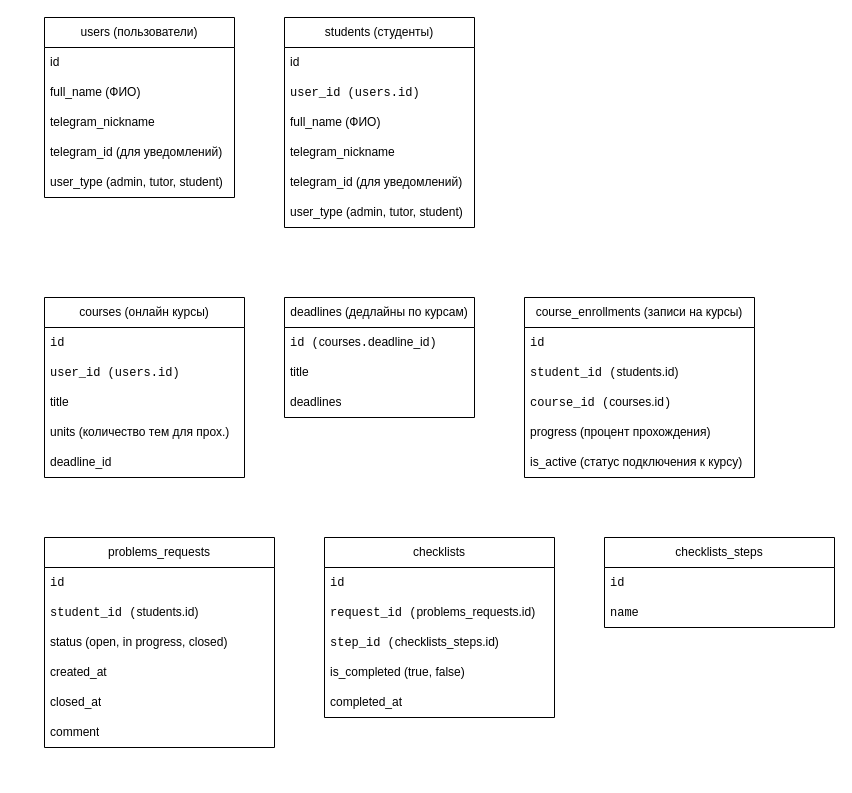
GeekNekoS/Draw_io keeps this draw.io diagram as Accompanying students.drawio. Above is the earlier version. Source tidied: cells renumbered, new cells numbered last; positions are measured from the earlier drawing's top-left corner, leaving out a move shared by most shapes. Both pictures are drawn from the tidied source at 100%, with x=0, y=0 at pixel (44, 17).
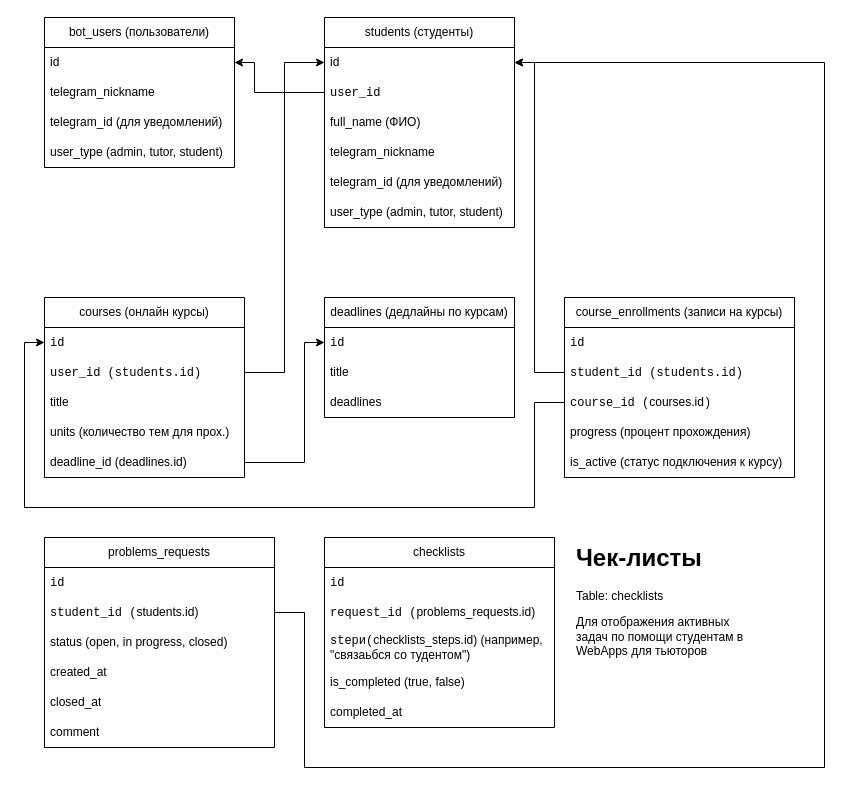
The same diagram, later.

Unchanged cells that the change refers to:
```xml
<mxCell id="15" value="courses (онлайн курсы)" style="swimlane;fontStyle=0;horizontal=1;startSize=30;whiteSpace=wrap;html=1;" parent="1" vertex="1">
  <mxGeometry y="280" width="200" height="180" as="geometry" />
</mxCell>
<mxCell id="16" value="&lt;code&gt;id &lt;/code&gt;" style="text;strokeColor=none;fillColor=none;align=left;verticalAlign=middle;spacingLeft=4;spacingRight=4;overflow=hidden;points=[[0,0.5],[1,0.5]];portConstraint=eastwest;whiteSpace=wrap;html=1;" parent="15" vertex="1">
  <mxGeometry y="30" width="200" height="30" as="geometry" />
</mxCell>
<mxCell id="28" value="&lt;code&gt;course_id (&lt;/code&gt;courses.id&lt;code&gt;)&lt;br&gt;&lt;/code&gt;" style="text;strokeColor=none;fillColor=none;align=left;verticalAlign=middle;spacingLeft=4;spacingRight=4;overflow=hidden;points=[[0,0.5],[1,0.5]];portConstraint=eastwest;whiteSpace=wrap;html=1;" parent="25" vertex="1">
  <mxGeometry y="90" width="230" height="30" as="geometry" />
</mxCell>
<mxCell id="33" value="&lt;code&gt;student_id (&lt;/code&gt;students.id)" style="text;strokeColor=none;fillColor=none;align=left;verticalAlign=middle;spacingLeft=4;spacingRight=4;overflow=hidden;points=[[0,0.5],[1,0.5]];portConstraint=eastwest;whiteSpace=wrap;html=1;" parent="31" vertex="1">
  <mxGeometry y="60" width="230" height="30" as="geometry" />
</mxCell>
```

Change to the diagram source:
```diff
@@
-    <mxCell id="2" value="users (пользователи)" style="swimlane;fontStyle=0;horizontal=1;startSize=30;whiteSpace=wrap;html=1;" parent="1" vertex="1">
-      <mxGeometry width="190" height="180" as="geometry" />
-    </mxCell>
-    <mxCell id="3" value="id " style="text;strokeColor=none;fillColor=none;align=left;verticalAlign=middle;spacingLeft=4;spacingRight=4;overflow=hidden;whiteSpace=wrap;html=1;" parent="2" vertex="1">
-      <mxGeometry y="30" width="190" height="30" as="geometry" />
-    </mxCell>
-    <mxCell id="4" value="full_name (ФИО)" style="text;strokeColor=none;fillColor=none;align=left;verticalAlign=middle;spacingLeft=4;spacingRight=4;overflow=hidden;whiteSpace=wrap;html=1;" parent="2" vertex="1">
-      <mxGeometry y="60" width="190" height="30" as="geometry" />
-    </mxCell>
-    <mxCell id="5" value="telegram_nickname" style="text;strokeColor=none;fillColor=none;align=left;verticalAlign=middle;spacingLeft=4;spacingRight=4;overflow=hidden;whiteSpace=wrap;html=1;" parent="2" vertex="1">
-      <mxGeometry y="90" width="190" height="30" as="geometry" />
-    </mxCell>
-    <mxCell id="6" value="telegram_id (для уведомлений)" style="text;strokeColor=none;fillColor=none;align=left;verticalAlign=middle;spacingLeft=4;spacingRight=4;overflow=hidden;whiteSpace=wrap;html=1;" parent="2" vertex="1">
-      <mxGeometry y="120" width="190" height="30" as="geometry" />
-    </mxCell>
-    <mxCell id="7" value="user_type (admin, tutor, student)" style="text;strokeColor=none;fillColor=none;align=left;verticalAlign=middle;spacingLeft=4;spacingRight=4;overflow=hidden;whiteSpace=wrap;html=1;" parent="2" vertex="1">
-      <mxGeometry y="150" width="190" height="30" as="geometry" />
-    </mxCell>
-    <mxCell id="8" value="students (студенты)" style="swimlane;fontStyle=0;horizontal=1;startSize=30;whiteSpace=wrap;html=1;" parent="1" vertex="1">
-      <mxGeometry x="240" width="190" height="210" as="geometry" />
-    </mxCell>
-    <mxCell id="9" value="id " style="text;strokeColor=none;fillColor=none;align=left;verticalAlign=middle;spacingLeft=4;spacingRight=4;overflow=hidden;whiteSpace=wrap;html=1;" parent="8" vertex="1">
-      <mxGeometry y="30" width="190" height="30" as="geometry" />
-    </mxCell>
-    <mxCell id="10" value="&lt;code&gt;user_id (users.id)&lt;/code&gt; " style="text;strokeColor=none;fillColor=none;align=left;verticalAlign=middle;spacingLeft=4;spacingRight=4;overflow=hidden;whiteSpace=wrap;html=1;" parent="8" vertex="1">
-      <mxGeometry y="60" width="190" height="30" as="geometry" />
-    </mxCell>
-    <mxCell id="11" value="full_name (ФИО)" style="text;strokeColor=none;fillColor=none;align=left;verticalAlign=middle;spacingLeft=4;spacingRight=4;overflow=hidden;whiteSpace=wrap;html=1;" parent="8" vertex="1">
-      <mxGeometry y="90" width="190" height="30" as="geometry" />
-    </mxCell>
-    <mxCell id="12" value="telegram_nickname" style="text;strokeColor=none;fillColor=none;align=left;verticalAlign=middle;spacingLeft=4;spacingRight=4;overflow=hidden;whiteSpace=wrap;html=1;" parent="8" vertex="1">
-      <mxGeometry y="120" width="190" height="30" as="geometry" />
-    </mxCell>
-    <mxCell id="13" value="telegram_id (для уведомлений)" style="text;strokeColor=none;fillColor=none;align=left;verticalAlign=middle;spacingLeft=4;spacingRight=4;overflow=hidden;whiteSpace=wrap;html=1;" parent="8" vertex="1">
-      <mxGeometry y="150" width="190" height="30" as="geometry" />
-    </mxCell>
-    <mxCell id="14" value="user_type (admin, tutor, student)" style="text;strokeColor=none;fillColor=none;align=left;verticalAlign=middle;spacingLeft=4;spacingRight=4;overflow=hidden;whiteSpace=wrap;html=1;" parent="8" vertex="1">
-      <mxGeometry y="180" width="190" height="30" as="geometry" />
-    </mxCell>
@@
-    <mxCell id="17" value="&lt;code&gt;user_id (users.id)&lt;/code&gt; " style="text;strokeColor=none;fillColor=none;align=left;verticalAlign=middle;spacingLeft=4;spacingRight=4;overflow=hidden;points=[[0,0.5],[1,0.5]];portConstraint=eastwest;whiteSpace=wrap;html=1;" parent="15" vertex="1">
+    <mxCell id="17" value="&lt;code&gt;user_id (students.id)&lt;/code&gt; " style="text;strokeColor=none;fillColor=none;align=left;verticalAlign=middle;spacingLeft=4;spacingRight=4;overflow=hidden;points=[[0,0.5],[1,0.5]];portConstraint=eastwest;whiteSpace=wrap;html=1;" parent="15" vertex="1">
       <mxGeometry y="60" width="200" height="30" as="geometry" />
     </mxCell>
@@
-    <mxCell id="20" value="deadline_id" style="text;strokeColor=none;fillColor=none;align=left;verticalAlign=middle;spacingLeft=4;spacingRight=4;overflow=hidden;points=[[0,0.5],[1,0.5]];portConstraint=eastwest;whiteSpace=wrap;html=1;" parent="15" vertex="1">
+    <mxCell id="20" value="deadline_id (deadlines.id)" style="text;strokeColor=none;fillColor=none;align=left;verticalAlign=middle;spacingLeft=4;spacingRight=4;overflow=hidden;points=[[0,0.5],[1,0.5]];portConstraint=eastwest;whiteSpace=wrap;html=1;" parent="15" vertex="1">
       <mxGeometry y="150" width="200" height="30" as="geometry" />
     </mxCell>
     <mxCell id="21" value="deadlines (дедлайны по курсам)" style="swimlane;fontStyle=0;horizontal=1;startSize=30;whiteSpace=wrap;html=1;" parent="1" vertex="1">
-      <mxGeometry x="240" y="280" width="190" height="120" as="geometry" />
+      <mxGeometry x="280" y="280" width="190" height="120" as="geometry" />
     </mxCell>
-    <mxCell id="22" value="&lt;code&gt;id (&lt;/code&gt;courses&lt;code&gt;.&lt;/code&gt;deadline_id&lt;code&gt;)&lt;/code&gt; " style="text;strokeColor=none;fillColor=none;align=left;verticalAlign=middle;spacingLeft=4;spacingRight=4;overflow=hidden;points=[[0,0.5],[1,0.5]];portConstraint=eastwest;whiteSpace=wrap;html=1;" parent="21" vertex="1">
+    <mxCell id="22" value="&lt;code&gt;id&lt;br&gt;&lt;/code&gt; " style="text;strokeColor=none;fillColor=none;align=left;verticalAlign=middle;spacingLeft=4;spacingRight=4;overflow=hidden;points=[[0,0.5],[1,0.5]];portConstraint=eastwest;whiteSpace=wrap;html=1;" parent="21" vertex="1">
       <mxGeometry y="30" width="190" height="30" as="geometry" />
     </mxCell>
@@
     <mxCell id="25" value="course_enrollments (записи на курсы)" style="swimlane;fontStyle=0;horizontal=1;startSize=30;whiteSpace=wrap;html=1;" parent="1" vertex="1">
-      <mxGeometry x="480" y="280" width="230" height="180" as="geometry" />
+      <mxGeometry x="520" y="280" width="230" height="180" as="geometry" />
     </mxCell>
@@
-    <mxCell id="27" value="&lt;code&gt;student_id &lt;/code&gt;&lt;code&gt;(&lt;/code&gt;students.id) " style="text;strokeColor=none;fillColor=none;align=left;verticalAlign=middle;spacingLeft=4;spacingRight=4;overflow=hidden;points=[[0,0.5],[1,0.5]];portConstraint=eastwest;whiteSpace=wrap;html=1;" parent="25" vertex="1">
+    <mxCell id="27" value="&lt;code&gt;student_id (students.id)&lt;br&gt;&lt;/code&gt;" style="text;strokeColor=none;fillColor=none;align=left;verticalAlign=middle;spacingLeft=4;spacingRight=4;overflow=hidden;points=[[0,0.5],[1,0.5]];portConstraint=eastwest;whiteSpace=wrap;html=1;" parent="25" vertex="1">
       <mxGeometry y="60" width="230" height="30" as="geometry" />
     </mxCell>
@@
     <mxCell id="38" value="checklists" style="swimlane;fontStyle=0;horizontal=1;startSize=30;whiteSpace=wrap;html=1;" parent="1" vertex="1">
-      <mxGeometry x="280" y="520" width="230" height="180" as="geometry" />
+      <mxGeometry x="280" y="520" width="230" height="190" as="geometry" />
     </mxCell>
@@
-    <mxCell id="41" value="&lt;code&gt;step_id (&lt;/code&gt;checklists_steps.id)" style="text;strokeColor=none;fillColor=none;align=left;verticalAlign=middle;spacingLeft=4;spacingRight=4;overflow=hidden;whiteSpace=wrap;html=1;" parent="38" vertex="1">
-      <mxGeometry y="90" width="230" height="30" as="geometry" />
+    <mxCell id="41" value="&lt;code&gt;stepи(&lt;/code&gt;checklists_steps.id) (например, &quot;связаьбся со тудентом&quot;)" style="text;strokeColor=none;fillColor=none;align=left;verticalAlign=middle;spacingLeft=4;spacingRight=4;overflow=hidden;whiteSpace=wrap;html=1;" parent="38" vertex="1">
+      <mxGeometry y="90" width="230" height="40" as="geometry" />
     </mxCell>
     <mxCell id="42" value="is_completed (true, false)" style="text;strokeColor=none;fillColor=none;align=left;verticalAlign=middle;spacingLeft=4;spacingRight=4;overflow=hidden;whiteSpace=wrap;html=1;" parent="38" vertex="1">
-      <mxGeometry y="120" width="230" height="30" as="geometry" />
+      <mxGeometry y="130" width="230" height="30" as="geometry" />
     </mxCell>
     <mxCell id="43" value="completed_at" style="text;strokeColor=none;fillColor=none;align=left;verticalAlign=middle;spacingLeft=4;spacingRight=4;overflow=hidden;whiteSpace=wrap;html=1;" parent="38" vertex="1">
-      <mxGeometry y="150" width="230" height="30" as="geometry" />
+      <mxGeometry y="160" width="230" height="30" as="geometry" />
     </mxCell>
-    <mxCell id="44" value="checklists_steps" style="swimlane;fontStyle=0;horizontal=1;startSize=30;whiteSpace=wrap;html=1;" parent="1" vertex="1">
-      <mxGeometry x="560" y="520" width="230" height="90" as="geometry" />
-    </mxCell>
-    <mxCell id="45" value="&lt;code&gt;id &lt;/code&gt;" style="text;strokeColor=none;fillColor=none;align=left;verticalAlign=middle;spacingLeft=4;spacingRight=4;overflow=hidden;whiteSpace=wrap;html=1;" parent="44" vertex="1">
-      <mxGeometry y="30" width="230" height="30" as="geometry" />
-    </mxCell>
-    <mxCell id="46" value="&lt;code&gt;name&lt;/code&gt;" style="text;strokeColor=none;fillColor=none;align=left;verticalAlign=middle;spacingLeft=4;spacingRight=4;overflow=hidden;whiteSpace=wrap;html=1;" parent="44" vertex="1">
-      <mxGeometry y="60" width="230" height="30" as="geometry" />
-    </mxCell>
+    <mxCell id="47" value="bot_users (пользователи)" style="swimlane;fontStyle=0;horizontal=1;startSize=30;whiteSpace=wrap;html=1;" parent="1" vertex="1">
+      <mxGeometry width="190" height="150" as="geometry" />
+    </mxCell>
+    <mxCell id="48" value="id " style="text;strokeColor=none;fillColor=none;align=left;verticalAlign=middle;spacingLeft=4;spacingRight=4;overflow=hidden;points=[[0,0.5],[1,0.5]];portConstraint=eastwest;whiteSpace=wrap;html=1;" parent="47" vertex="1">
+      <mxGeometry y="30" width="190" height="30" as="geometry" />
+    </mxCell>
+    <mxCell id="5" value="telegram_nickname" style="text;strokeColor=none;fillColor=none;align=left;verticalAlign=middle;spacingLeft=4;spacingRight=4;overflow=hidden;whiteSpace=wrap;html=1;" parent="47" vertex="1">
+      <mxGeometry y="60" width="190" height="30" as="geometry" />
+    </mxCell>
+    <mxCell id="6" value="telegram_id (для уведомлений)" style="text;strokeColor=none;fillColor=none;align=left;verticalAlign=middle;spacingLeft=4;spacingRight=4;overflow=hidden;whiteSpace=wrap;html=1;" parent="47" vertex="1">
+      <mxGeometry y="90" width="190" height="30" as="geometry" />
+    </mxCell>
+    <mxCell id="7" value="user_type (admin, tutor, student)" style="text;strokeColor=none;fillColor=none;align=left;verticalAlign=middle;spacingLeft=4;spacingRight=4;overflow=hidden;whiteSpace=wrap;html=1;" parent="47" vertex="1">
+      <mxGeometry y="120" width="190" height="30" as="geometry" />
+    </mxCell>
+    <mxCell id="8" value="students (студенты)" style="swimlane;fontStyle=0;horizontal=1;startSize=30;whiteSpace=wrap;html=1;" parent="1" vertex="1">
+      <mxGeometry x="280" width="190" height="210" as="geometry" />
+    </mxCell>
+    <mxCell id="49" value="id " style="text;strokeColor=none;fillColor=none;align=left;verticalAlign=middle;spacingLeft=4;spacingRight=4;overflow=hidden;points=[[0,0.5],[1,0.5]];portConstraint=eastwest;whiteSpace=wrap;html=1;" parent="8" vertex="1">
+      <mxGeometry y="30" width="190" height="30" as="geometry" />
+    </mxCell>
+    <mxCell id="50" value="&lt;code&gt;user_id&lt;/code&gt; " style="text;strokeColor=none;fillColor=none;align=left;verticalAlign=middle;spacingLeft=4;spacingRight=4;overflow=hidden;points=[[0,0.5],[1,0.5]];portConstraint=eastwest;whiteSpace=wrap;html=1;" parent="8" vertex="1">
+      <mxGeometry y="60" width="190" height="30" as="geometry" />
+    </mxCell>
+    <mxCell id="11" value="full_name (ФИО)" style="text;strokeColor=none;fillColor=none;align=left;verticalAlign=middle;spacingLeft=4;spacingRight=4;overflow=hidden;whiteSpace=wrap;html=1;" parent="8" vertex="1">
+      <mxGeometry y="90" width="190" height="30" as="geometry" />
+    </mxCell>
+    <mxCell id="12" value="telegram_nickname" style="text;strokeColor=none;fillColor=none;align=left;verticalAlign=middle;spacingLeft=4;spacingRight=4;overflow=hidden;whiteSpace=wrap;html=1;" parent="8" vertex="1">
+      <mxGeometry y="120" width="190" height="30" as="geometry" />
+    </mxCell>
+    <mxCell id="13" value="telegram_id (для уведомлений)" style="text;strokeColor=none;fillColor=none;align=left;verticalAlign=middle;spacingLeft=4;spacingRight=4;overflow=hidden;whiteSpace=wrap;html=1;" parent="8" vertex="1">
+      <mxGeometry y="150" width="190" height="30" as="geometry" />
+    </mxCell>
+    <mxCell id="14" value="user_type (admin, tutor, student)" style="text;strokeColor=none;fillColor=none;align=left;verticalAlign=middle;spacingLeft=4;spacingRight=4;overflow=hidden;whiteSpace=wrap;html=1;" parent="8" vertex="1">
+      <mxGeometry y="180" width="190" height="30" as="geometry" />
+    </mxCell>
+    <mxCell id="51" style="edgeStyle=orthogonalEdgeStyle;rounded=0;jettySize=auto;html=1;" parent="1" edge="1" source="50" target="48">
+      <mxGeometry relative="1" as="geometry">
+        <Array as="points">
+          <mxPoint x="210" y="75" />
+          <mxPoint x="210" y="45" />
+        </Array>
+      </mxGeometry>
+    </mxCell>
+    <mxCell id="52" style="edgeStyle=orthogonalEdgeStyle;rounded=0;jettySize=auto;html=1;" parent="1" edge="1" source="17" target="49">
+      <mxGeometry relative="1" as="geometry" />
+    </mxCell>
+    <mxCell id="53" style="edgeStyle=orthogonalEdgeStyle;rounded=0;jettySize=auto;html=1;entryX=1;entryY=0.5;entryDx=0;entryDy=0;" parent="1" edge="1" source="27" target="49">
+      <mxGeometry relative="1" as="geometry">
+        <Array as="points">
+          <mxPoint x="490" y="355" />
+          <mxPoint x="490" y="45" />
+        </Array>
+      </mxGeometry>
+    </mxCell>
+    <mxCell id="54" style="edgeStyle=orthogonalEdgeStyle;rounded=0;jettySize=auto;html=1;entryX=0;entryY=0.5;entryDx=0;entryDy=0;" parent="1" edge="1" source="28" target="16">
+      <mxGeometry relative="1" as="geometry">
+        <Array as="points">
+          <mxPoint x="490" y="385" />
+          <mxPoint x="490" y="490" />
+          <mxPoint x="-20" y="490" />
+          <mxPoint x="-20" y="325" />
+        </Array>
+      </mxGeometry>
+    </mxCell>
+    <mxCell id="55" style="edgeStyle=orthogonalEdgeStyle;rounded=0;jettySize=auto;html=1;" parent="1" edge="1" source="20" target="22">
+      <mxGeometry relative="1" as="geometry">
+        <Array as="points">
+          <mxPoint x="260" y="445" />
+          <mxPoint x="260" y="325" />
+        </Array>
+      </mxGeometry>
+    </mxCell>
+    <mxCell id="56" value="&lt;h1 style=&quot;margin-top: 0px;&quot;&gt;Чек-листы&lt;br&gt;&lt;/h1&gt;&lt;p&gt;Table: checklists&lt;/p&gt;&lt;p&gt;Для отображения активных задач по помощи студентам в WebApps для тьюторов&lt;br&gt;&lt;/p&gt;" style="text;html=1;whiteSpace=wrap;overflow=hidden;rounded=0;" parent="1" vertex="1">
+      <mxGeometry x="530" y="520" width="180" height="130" as="geometry" />
+    </mxCell>
+    <mxCell id="57" style="edgeStyle=orthogonalEdgeStyle;rounded=0;jettySize=auto;html=1;" parent="1" edge="1" source="33" target="49">
+      <mxGeometry relative="1" as="geometry">
+        <Array as="points">
+          <mxPoint x="260" y="595" />
+          <mxPoint x="260" y="750" />
+          <mxPoint x="780" y="750" />
+          <mxPoint x="780" y="45" />
+        </Array>
+      </mxGeometry>
+    </mxCell>
```
